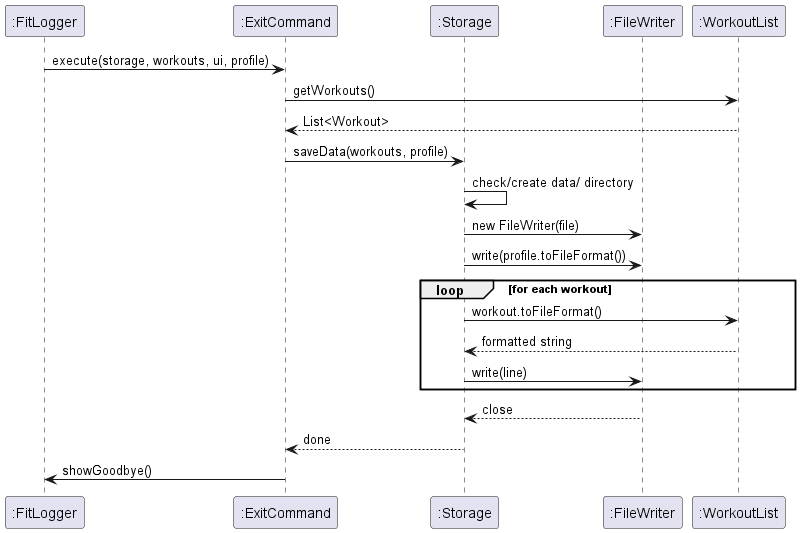
Before: docs/images/SaveDataSequenceDiagram.png, a diagram exported from PlantUML (Daniel-czj/tp).
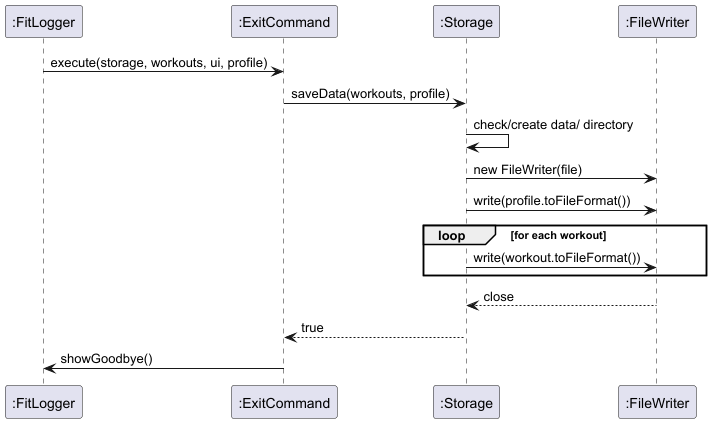
The same diagram one commit later.

Commit message:
Fix sequence diagram feedback: simplify nesting and fix toFileFormat() caller

Diff of the diagram source:
```diff
@@ -3,21 +3,16 @@
 participant ":ExitCommand" as CMD
 participant ":Storage" as ST
 participant ":FileWriter" as FW
-participant ":WorkoutList" as WL
 
 FL -> CMD : execute(storage, workouts, ui, profile)
-CMD -> WL : getWorkouts()
-WL --> CMD : List<Workout>
 CMD -> ST : saveData(workouts, profile)
 ST -> ST : check/create data/ directory
 ST -> FW : new FileWriter(file)
 ST -> FW : write(profile.toFileFormat())
 loop for each workout
-    ST -> WL : workout.toFileFormat()
-    WL --> ST : formatted string
-    ST -> FW : write(line)
+    ST -> FW : write(workout.toFileFormat())
 end
 FW --> ST : close
-ST --> CMD : done
+ST --> CMD : true
 CMD -> FL : showGoodbye()
 @enduml
```
